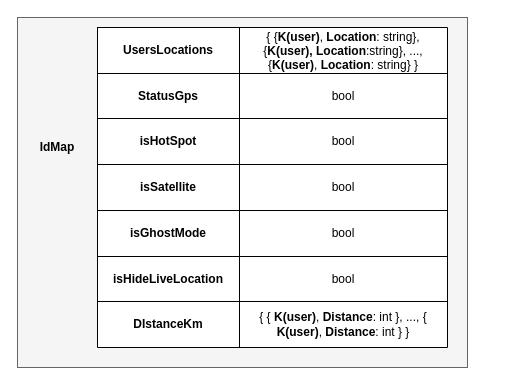
Before: NoAM/collection-map.drawio in Antonet99/noSQL-Snapchat, a draw.io diagram. Source tidied: cells renumbered, new cells numbered last; positions are measured from the earlier drawing's top-left corner, leaving out a move shared by most shapes. Both pictures are drawn from the tidied source at 100%, with x=0, y=0 at pixel (17, 17).
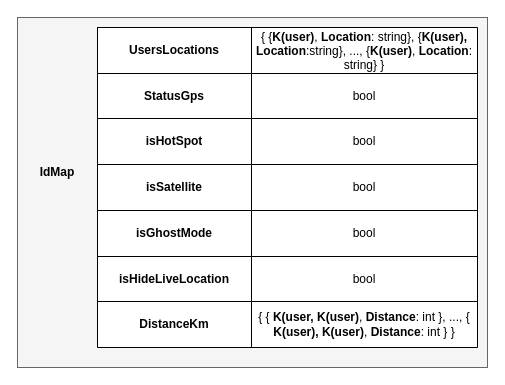
Above is the later version.

Diff of the diagram source:
```diff
@@
     <mxCell id="2" style="rounded=0;whiteSpace=wrap;html=1;fillColor=#f5f5f5;fontColor=#333333;strokeColor=#666666;" parent="1" vertex="1">
-      <mxGeometry width="450" height="350" as="geometry" />
+      <mxGeometry width="470" height="350" as="geometry" />
     </mxCell>
     <mxCell id="3" value="&lt;b&gt;IdMap&lt;/b&gt;" style="text;html=1;strokeColor=none;fillColor=none;align=center;verticalAlign=middle;whiteSpace=wrap;rounded=0;" parent="1" vertex="1">
-      <mxGeometry x="10" y="115" width="60" height="30" as="geometry" />
+      <mxGeometry x="10" y="140" width="60" height="30" as="geometry" />
     </mxCell>
     <mxCell id="4" style="shape=table;startSize=0;childLayout=tableLayout;" parent="1" vertex="1">
-      <mxGeometry x="80" y="10" width="350" height="320" as="geometry" />
+      <mxGeometry x="80" y="10" width="380" height="320" as="geometry" />
     </mxCell>
     <mxCell id="5" style="shape=tableRow;horizontal=0;startSize=0;swimlaneHead=0;swimlaneBody=0;strokeColor=inherit;top=0;left=0;bottom=0;right=0;fillColor=none;" parent="4" vertex="1">
-      <mxGeometry width="350" height="46" as="geometry" />
+      <mxGeometry width="380" height="46" as="geometry" />
     </mxCell>
     <mxCell id="6" value="&lt;b&gt;UsersLocations&lt;/b&gt;" style="shape=partialRectangle;html=1;whiteSpace=wrap;strokeColor=inherit;overflow=hidden;fillColor=none;top=0;left=0;bottom=0;right=0;" parent="5" vertex="1">
-      <mxGeometry width="142" height="46" as="geometry" />
+      <mxGeometry width="154" height="46" as="geometry" />
     </mxCell>
     <mxCell id="7" value="{ {&lt;b&gt;K(user)&lt;/b&gt;, &lt;b&gt;Location&lt;/b&gt;: string}, {&lt;b&gt;K(user), Location&lt;/b&gt;:string}, ..., {&lt;b&gt;K(user)&lt;/b&gt;,&amp;nbsp;&lt;b&gt;Location&lt;/b&gt;: string} }" style="shape=partialRectangle;html=1;whiteSpace=wrap;strokeColor=inherit;overflow=hidden;fillColor=none;top=0;left=0;bottom=0;right=0;" parent="5" vertex="1">
-      <mxGeometry x="142" width="208" height="46" as="geometry" />
+      <mxGeometry x="154" width="226" height="46" as="geometry" />
     </mxCell>
     <mxCell id="8" style="shape=tableRow;horizontal=0;startSize=0;swimlaneHead=0;swimlaneBody=0;strokeColor=inherit;top=0;left=0;bottom=0;right=0;fillColor=none;" parent="4" vertex="1">
-      <mxGeometry y="46" width="350" height="45" as="geometry" />
+      <mxGeometry y="46" width="380" height="45" as="geometry" />
     </mxCell>
     <mxCell id="9" value="&lt;b&gt;StatusGps&lt;/b&gt;" style="shape=partialRectangle;html=1;whiteSpace=wrap;strokeColor=inherit;overflow=hidden;fillColor=none;top=0;left=0;bottom=0;right=0;" parent="8" vertex="1">
-      <mxGeometry width="142" height="45" as="geometry" />
+      <mxGeometry width="154" height="45" as="geometry" />
     </mxCell>
     <mxCell id="10" value="bool" style="shape=partialRectangle;html=1;whiteSpace=wrap;strokeColor=inherit;overflow=hidden;fillColor=none;top=0;left=0;bottom=0;right=0;" parent="8" vertex="1">
-      <mxGeometry x="142" width="208" height="45" as="geometry" />
+      <mxGeometry x="154" width="226" height="45" as="geometry" />
     </mxCell>
     <mxCell id="11" style="shape=tableRow;horizontal=0;startSize=0;swimlaneHead=0;swimlaneBody=0;strokeColor=inherit;top=0;left=0;bottom=0;right=0;fillColor=none;" parent="4" vertex="1">
-      <mxGeometry y="91" width="350" height="46" as="geometry" />
+      <mxGeometry y="91" width="380" height="46" as="geometry" />
     </mxCell>
     <mxCell id="12" value="&lt;b&gt;isHotSpot&lt;/b&gt;" style="shape=partialRectangle;html=1;whiteSpace=wrap;strokeColor=inherit;overflow=hidden;fillColor=none;top=0;left=0;bottom=0;right=0;" parent="11" vertex="1">
-      <mxGeometry width="142" height="46" as="geometry" />
+      <mxGeometry width="154" height="46" as="geometry" />
     </mxCell>
     <mxCell id="13" value="bool" style="shape=partialRectangle;html=1;whiteSpace=wrap;strokeColor=inherit;overflow=hidden;fillColor=none;top=0;left=0;bottom=0;right=0;" parent="11" vertex="1">
-      <mxGeometry x="142" width="208" height="46" as="geometry" />
+      <mxGeometry x="154" width="226" height="46" as="geometry" />
     </mxCell>
     <mxCell id="14" style="shape=tableRow;horizontal=0;startSize=0;swimlaneHead=0;swimlaneBody=0;strokeColor=inherit;top=0;left=0;bottom=0;right=0;fillColor=none;" parent="4" vertex="1">
-      <mxGeometry y="137" width="350" height="46" as="geometry" />
+      <mxGeometry y="137" width="380" height="46" as="geometry" />
     </mxCell>
     <mxCell id="15" value="&lt;b&gt;isSatellite&lt;/b&gt;" style="shape=partialRectangle;html=1;whiteSpace=wrap;strokeColor=inherit;overflow=hidden;fillColor=none;top=0;left=0;bottom=0;right=0;" parent="14" vertex="1">
-      <mxGeometry width="142" height="46" as="geometry" />
+      <mxGeometry width="154" height="46" as="geometry" />
     </mxCell>
     <mxCell id="16" value="bool" style="shape=partialRectangle;html=1;whiteSpace=wrap;strokeColor=inherit;overflow=hidden;fillColor=none;top=0;left=0;bottom=0;right=0;" parent="14" vertex="1">
-      <mxGeometry x="142" width="208" height="46" as="geometry" />
+      <mxGeometry x="154" width="226" height="46" as="geometry" />
     </mxCell>
     <mxCell id="17" style="shape=tableRow;horizontal=0;startSize=0;swimlaneHead=0;swimlaneBody=0;strokeColor=inherit;top=0;left=0;bottom=0;right=0;fillColor=none;" parent="4" vertex="1">
-      <mxGeometry y="183" width="350" height="46" as="geometry" />
+      <mxGeometry y="183" width="380" height="46" as="geometry" />
     </mxCell>
     <mxCell id="18" value="&lt;b&gt;isGhostMode&lt;/b&gt;" style="shape=partialRectangle;html=1;whiteSpace=wrap;strokeColor=inherit;overflow=hidden;fillColor=none;top=0;left=0;bottom=0;right=0;" parent="17" vertex="1">
-      <mxGeometry width="142" height="46" as="geometry" />
+      <mxGeometry width="154" height="46" as="geometry" />
     </mxCell>
     <mxCell id="19" value="bool" style="shape=partialRectangle;html=1;whiteSpace=wrap;strokeColor=inherit;overflow=hidden;fillColor=none;top=0;left=0;bottom=0;right=0;" parent="17" vertex="1">
-      <mxGeometry x="142" width="208" height="46" as="geometry" />
+      <mxGeometry x="154" width="226" height="46" as="geometry" />
     </mxCell>
     <mxCell id="20" style="shape=tableRow;horizontal=0;startSize=0;swimlaneHead=0;swimlaneBody=0;strokeColor=inherit;top=0;left=0;bottom=0;right=0;fillColor=none;" parent="4" vertex="1">
-      <mxGeometry y="229" width="350" height="45" as="geometry" />
+      <mxGeometry y="229" width="380" height="45" as="geometry" />
     </mxCell>
     <mxCell id="21" value="&lt;b&gt;isHideLiveLocation&lt;/b&gt;" style="shape=partialRectangle;html=1;whiteSpace=wrap;strokeColor=inherit;overflow=hidden;fillColor=none;top=0;left=0;bottom=0;right=0;" parent="20" vertex="1">
-      <mxGeometry width="142" height="45" as="geometry" />
+      <mxGeometry width="154" height="45" as="geometry" />
     </mxCell>
     <mxCell id="22" value="bool" style="shape=partialRectangle;html=1;whiteSpace=wrap;strokeColor=inherit;overflow=hidden;fillColor=none;top=0;left=0;bottom=0;right=0;" parent="20" vertex="1">
-      <mxGeometry x="142" width="208" height="45" as="geometry" />
+      <mxGeometry x="154" width="226" height="45" as="geometry" />
     </mxCell>
     <mxCell id="23" style="shape=tableRow;horizontal=0;startSize=0;swimlaneHead=0;swimlaneBody=0;strokeColor=inherit;top=0;left=0;bottom=0;right=0;fillColor=none;" parent="4" vertex="1">
-      <mxGeometry y="274" width="350" height="46" as="geometry" />
+      <mxGeometry y="274" width="380" height="46" as="geometry" />
     </mxCell>
-    <mxCell id="24" value="&lt;b&gt;DIstanceKm&lt;/b&gt;" style="shape=partialRectangle;html=1;whiteSpace=wrap;strokeColor=inherit;overflow=hidden;fillColor=none;top=0;left=0;bottom=0;right=0;" parent="23" vertex="1">
-      <mxGeometry width="142" height="46" as="geometry" />
+    <mxCell id="24" value="&lt;b&gt;DistanceKm&lt;/b&gt;" style="shape=partialRectangle;html=1;whiteSpace=wrap;strokeColor=inherit;overflow=hidden;fillColor=none;top=0;left=0;bottom=0;right=0;" parent="23" vertex="1">
+      <mxGeometry width="154" height="46" as="geometry" />
     </mxCell>
-    <mxCell id="25" value="{ { &lt;b&gt;K(user)&lt;/b&gt;, &lt;b&gt;Distance&lt;/b&gt;: int }, ...,&amp;nbsp;{ &lt;b&gt;K(user)&lt;/b&gt;, &lt;b&gt;Distance&lt;/b&gt;: int } }" style="shape=partialRectangle;html=1;whiteSpace=wrap;strokeColor=inherit;overflow=hidden;fillColor=none;top=0;left=0;bottom=0;right=0;" parent="23" vertex="1">
-      <mxGeometry x="142" width="208" height="46" as="geometry" />
+    <mxCell id="25" value="{ { &lt;b&gt;K(user, K(user)&lt;/b&gt;, &lt;b&gt;Distance&lt;/b&gt;: int }, ...,&amp;nbsp;{ &lt;b&gt;K(user), K(user)&lt;/b&gt;, &lt;b&gt;Distance&lt;/b&gt;: int } }" style="shape=partialRectangle;html=1;whiteSpace=wrap;strokeColor=inherit;overflow=hidden;fillColor=none;top=0;left=0;bottom=0;right=0;" parent="23" vertex="1">
+      <mxGeometry x="154" width="226" height="46" as="geometry" />
     </mxCell>
```
